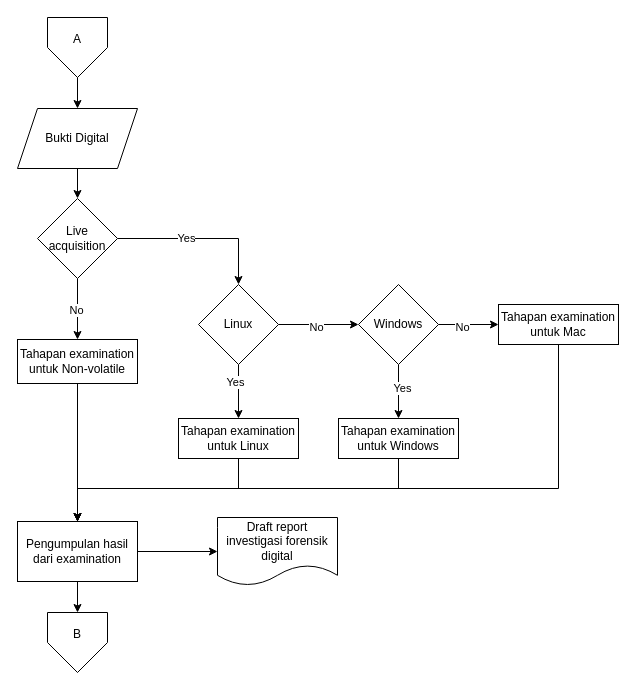
tompilooo/DF-Flow keeps this draw.io diagram as page "Examination" (2 of 4) of investigasi forensik digital.drawio. Above is the earlier version. Source tidied: cells renumbered, new cells numbered last; positions are measured from the earlier drawing's top-left corner, leaving out a move shared by most shapes. Both pictures are drawn from the tidied source at 100%, with x=0, y=0 at pixel (17, 17).
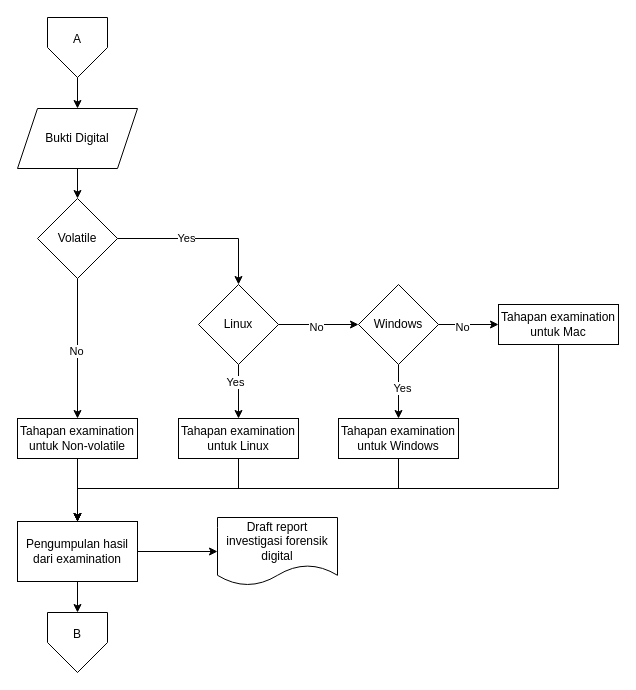
Above is the later version.

The edit, as a diff of the source:
```diff
@@
     <mxCell id="25" value="Tahapan examination untuk Non-volatile" style="whiteSpace=wrap;html=1;" parent="1" vertex="1">
-      <mxGeometry y="322" width="120" height="44" as="geometry" />
+      <mxGeometry y="401" width="120" height="40" as="geometry" />
     </mxCell>
@@
-    <mxCell id="37" value="Live acquisition" style="rhombus;whiteSpace=wrap;html=1;" parent="1" vertex="1">
+    <mxCell id="37" value="Volatile" style="rhombus;whiteSpace=wrap;html=1;" parent="1" vertex="1">
       <mxGeometry x="20" y="181" width="80" height="80" as="geometry" />
     </mxCell>
```
